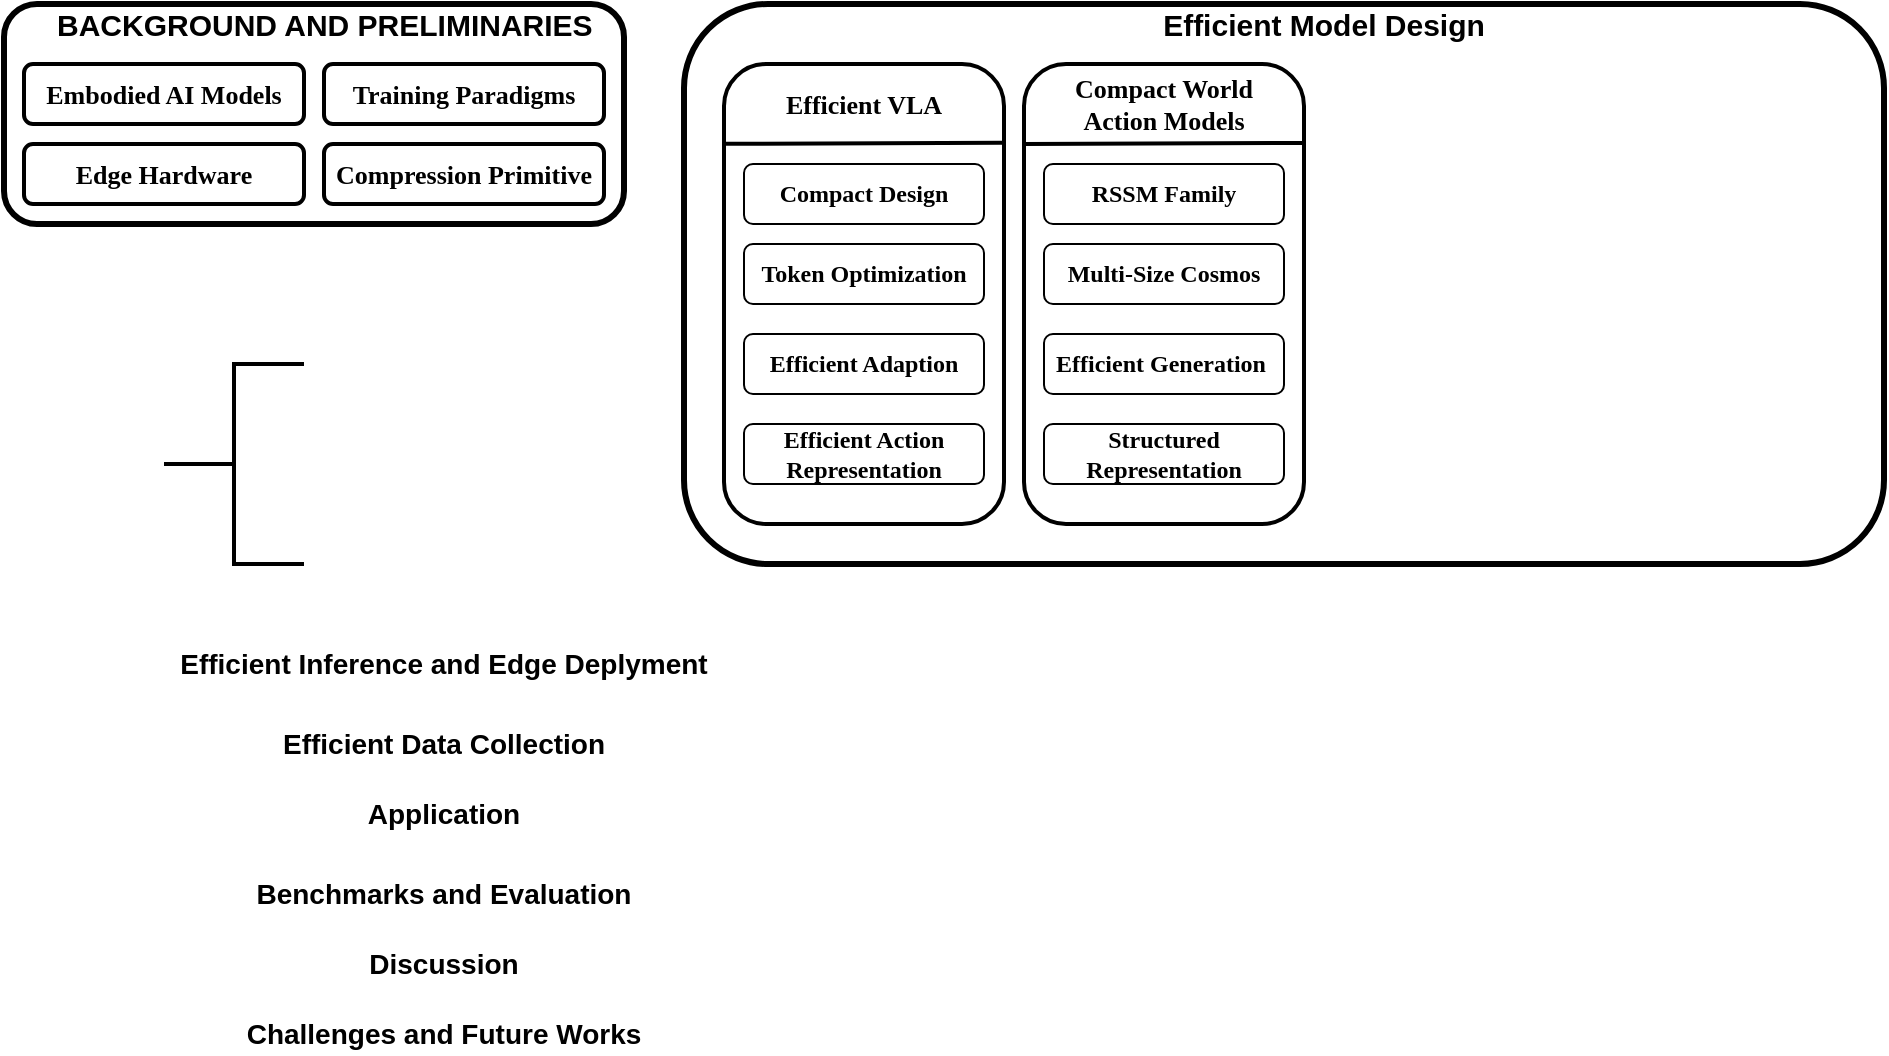
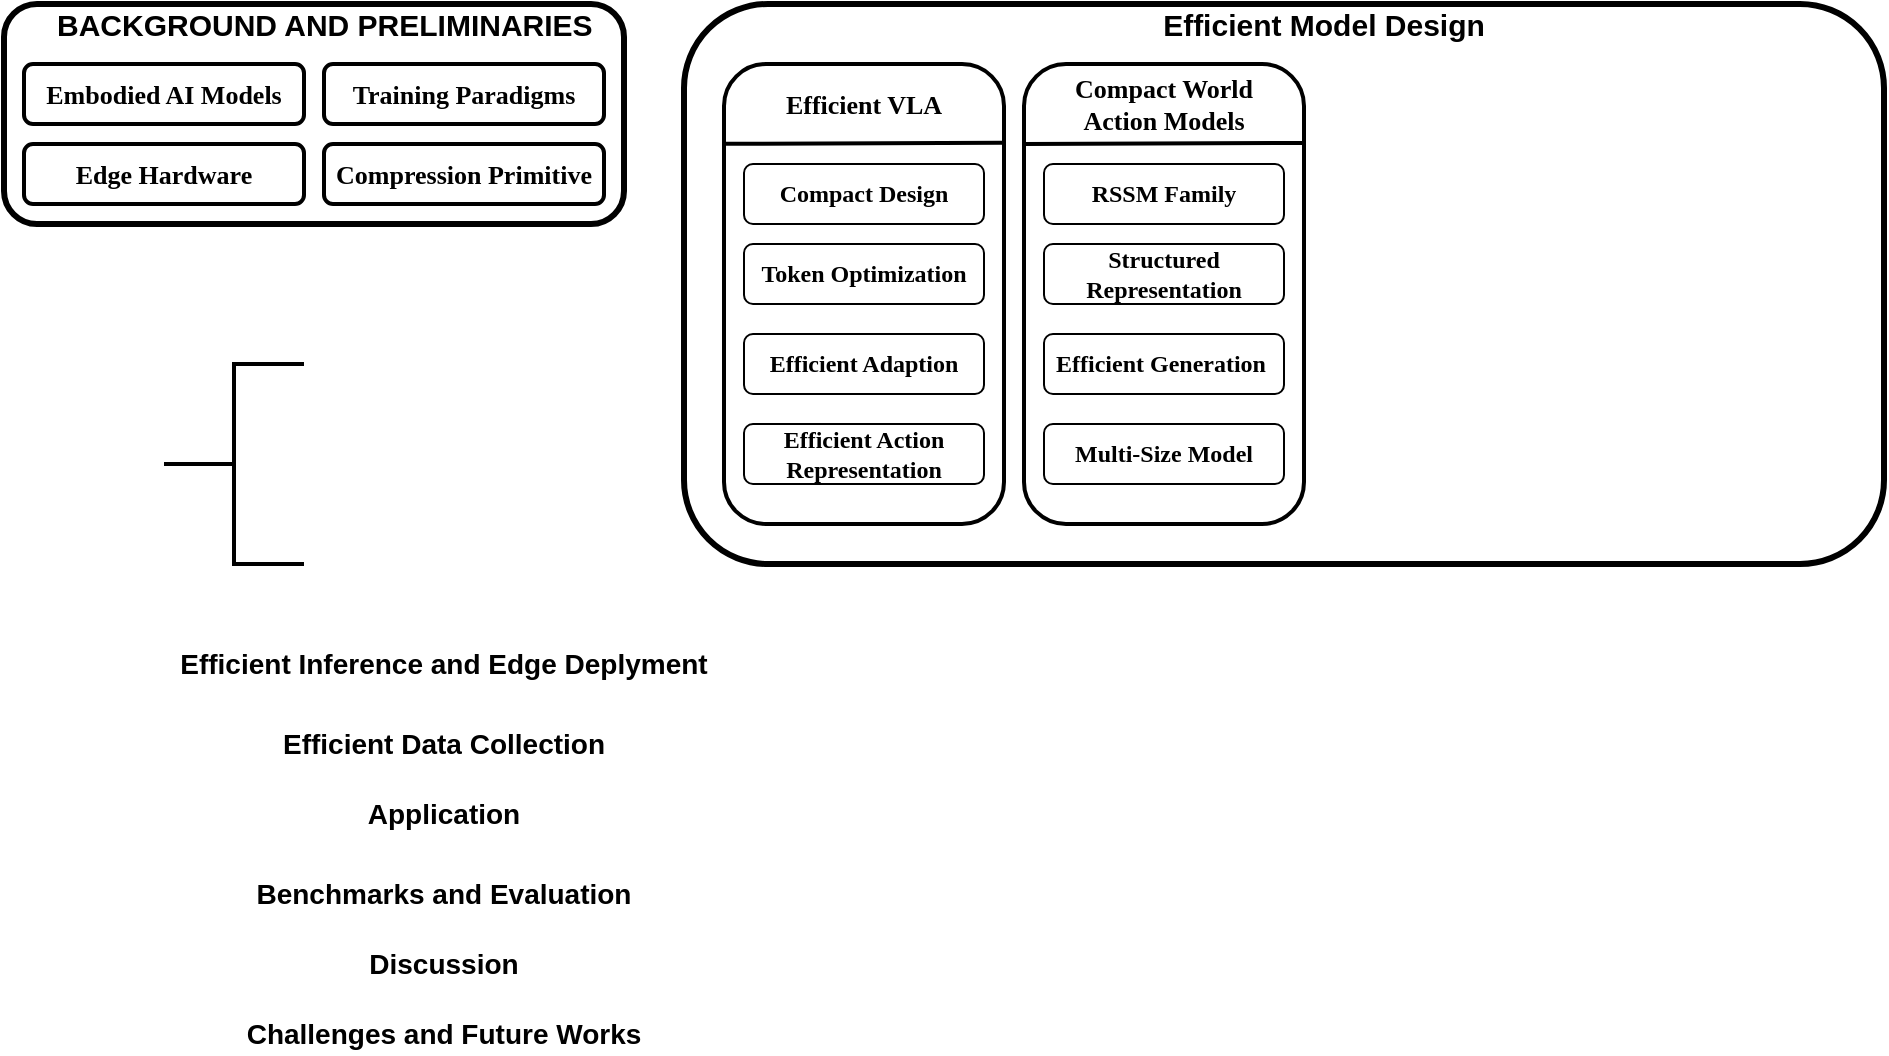
<mxfile host="app.diagrams.net">
  <diagram name="第 1 页" id="xv9Lnx2gyYwYQaEzt8dN">
    <mxGraphModel dx="1063" dy="543" grid="1" gridSize="10" guides="1" tooltips="1" connect="1" arrows="1" fold="1" page="1" pageScale="1" pageWidth="827" pageHeight="1169" math="0" shadow="0">
      <root>
        <mxCell id="0" />
        <mxCell id="1" parent="0" />
        <mxCell id="mN9CjeCU7Y2PogCVv73L-1" parent="1" style="rounded=1;whiteSpace=wrap;html=1;strokeWidth=3;" value="" vertex="1">
          <mxGeometry height="110" width="310" x="70" y="60" as="geometry" />
        </mxCell>
        <mxCell id="mN9CjeCU7Y2PogCVv73L-6" parent="1" style="rounded=1;whiteSpace=wrap;html=1;strokeWidth=2;" value="&lt;font style=&quot;font-size: 13px;&quot; face=&quot;Comic Sans MS&quot;&gt;&lt;b style=&quot;&quot;&gt;Training Paradigms&lt;/b&gt;&lt;/font&gt;" vertex="1">
          <mxGeometry height="30" width="140" x="230" y="90" as="geometry" />
        </mxCell>
        <mxCell id="mN9CjeCU7Y2PogCVv73L-5" parent="1" style="rounded=1;whiteSpace=wrap;html=1;strokeWidth=2;" value="&lt;font style=&quot;font-size: 13px;&quot; face=&quot;Comic Sans MS&quot;&gt;&lt;b style=&quot;&quot;&gt;Edge Hardware&lt;/b&gt;&lt;/font&gt;" vertex="1">
          <mxGeometry height="30" width="140" x="80" y="130" as="geometry" />
        </mxCell>
        <mxCell id="mN9CjeCU7Y2PogCVv73L-8" parent="1" style="rounded=1;whiteSpace=wrap;html=1;strokeWidth=2;" value="&lt;font style=&quot;font-size: 13px;&quot; face=&quot;Comic Sans MS&quot;&gt;&lt;b style=&quot;&quot;&gt;Compression Primitive&lt;/b&gt;&lt;/font&gt;" vertex="1">
          <mxGeometry height="30" width="140" x="230" y="130" as="geometry" />
        </mxCell>
        <mxCell id="mN9CjeCU7Y2PogCVv73L-4" parent="1" style="rounded=1;whiteSpace=wrap;html=1;strokeWidth=2;" value="&lt;font style=&quot;font-size: 13px;&quot; face=&quot;Comic Sans MS&quot;&gt;&lt;b style=&quot;&quot;&gt;Embodied AI Models&lt;/b&gt;&lt;/font&gt;" vertex="1">
          <mxGeometry height="30" width="140" x="80" y="90" as="geometry" />
        </mxCell>
        <mxCell id="mN9CjeCU7Y2PogCVv73L-2" parent="1" style="text;html=1;whiteSpace=wrap;strokeColor=none;fillColor=none;align=center;verticalAlign=middle;rounded=0;" value="&lt;font face=&quot;Helvetica&quot; style=&quot;font-size: 15px;&quot;&gt;&lt;b style=&quot;&quot;&gt;BACKGROUND AND PRELIMINARIES&amp;nbsp;&lt;/b&gt;&lt;/font&gt;" vertex="1">
          <mxGeometry height="20" width="275" x="95" y="60" as="geometry" />
        </mxCell>
        <mxCell id="mN9CjeCU7Y2PogCVv73L-9" parent="1" style="rounded=1;whiteSpace=wrap;html=1;strokeWidth=3;" value="" vertex="1">
          <mxGeometry height="280" width="600" x="410" y="60" as="geometry" />
        </mxCell>
        <mxCell id="mN9CjeCU7Y2PogCVv73L-10" parent="1" style="text;html=1;whiteSpace=wrap;strokeColor=none;fillColor=none;align=center;verticalAlign=middle;rounded=0;" value="&lt;font face=&quot;Helvetica&quot; style=&quot;font-size: 15px;&quot;&gt;&lt;b style=&quot;&quot;&gt;Efficient Model Design&lt;/b&gt;&lt;/font&gt;" vertex="1">
          <mxGeometry height="20" width="200" x="630" y="60" as="geometry" />
        </mxCell>
        <mxCell id="mN9CjeCU7Y2PogCVv73L-11" parent="1" style="text;html=1;whiteSpace=wrap;strokeColor=none;fillColor=none;align=center;verticalAlign=middle;rounded=0;" value="&lt;font face=&quot;Helvetica&quot; style=&quot;font-size: 14px;&quot;&gt;&lt;b style=&quot;&quot;&gt;Efficient Inference and Edge Deplyment&lt;/b&gt;&lt;/font&gt;" vertex="1">
          <mxGeometry height="20" width="300" x="140" y="380" as="geometry" />
        </mxCell>
        <mxCell id="mN9CjeCU7Y2PogCVv73L-12" parent="1" style="text;html=1;whiteSpace=wrap;strokeColor=none;fillColor=none;align=center;verticalAlign=middle;rounded=0;" value="&lt;font face=&quot;Helvetica&quot; style=&quot;font-size: 14px;&quot;&gt;&lt;b style=&quot;&quot;&gt;Efficient Data Collection&lt;/b&gt;&lt;/font&gt;" vertex="1">
          <mxGeometry height="20" width="260" x="160" y="420" as="geometry" />
        </mxCell>
        <mxCell id="mN9CjeCU7Y2PogCVv73L-14" parent="1" style="text;html=1;whiteSpace=wrap;strokeColor=none;fillColor=none;align=center;verticalAlign=middle;rounded=0;" value="&lt;font face=&quot;Helvetica&quot; style=&quot;font-size: 14px;&quot;&gt;&lt;b style=&quot;&quot;&gt;Application&lt;/b&gt;&lt;/font&gt;" vertex="1">
          <mxGeometry height="20" width="260" x="160" y="455" as="geometry" />
        </mxCell>
        <mxCell id="mN9CjeCU7Y2PogCVv73L-15" parent="1" style="text;html=1;whiteSpace=wrap;strokeColor=none;fillColor=none;align=center;verticalAlign=middle;rounded=0;" value="&lt;font face=&quot;Helvetica&quot; style=&quot;font-size: 14px;&quot;&gt;&lt;b style=&quot;&quot;&gt;Benchmarks and Evaluation&lt;/b&gt;&lt;/font&gt;" vertex="1">
          <mxGeometry height="20" width="260" x="160" y="495" as="geometry" />
        </mxCell>
        <mxCell id="mN9CjeCU7Y2PogCVv73L-16" parent="1" style="text;html=1;whiteSpace=wrap;strokeColor=none;fillColor=none;align=center;verticalAlign=middle;rounded=0;" value="&lt;font face=&quot;Helvetica&quot; style=&quot;font-size: 14px;&quot;&gt;&lt;b style=&quot;&quot;&gt;Challenges and Future Works&lt;/b&gt;&lt;/font&gt;" vertex="1">
          <mxGeometry height="20" width="260" x="160" y="565" as="geometry" />
        </mxCell>
        <mxCell id="mN9CjeCU7Y2PogCVv73L-17" parent="1" style="text;html=1;whiteSpace=wrap;strokeColor=none;fillColor=none;align=center;verticalAlign=middle;rounded=0;" value="&lt;font face=&quot;Helvetica&quot; style=&quot;font-size: 14px;&quot;&gt;&lt;b style=&quot;&quot;&gt;Discussion&lt;/b&gt;&lt;/font&gt;" vertex="1">
          <mxGeometry height="20" width="260" x="160" y="530" as="geometry" />
        </mxCell>
        <mxCell id="mN9CjeCU7Y2PogCVv73L-18" parent="1" style="strokeWidth=2;html=1;shape=mxgraph.flowchart.annotation_2;align=left;labelPosition=right;pointerEvents=1;" value="" vertex="1">
          <mxGeometry height="100" width="70" x="150" y="240" as="geometry" />
        </mxCell>
        <mxCell id="mN9CjeCU7Y2PogCVv73L-19" parent="1" style="rounded=1;whiteSpace=wrap;html=1;strokeWidth=2;" value="" vertex="1">
          <mxGeometry height="230" width="140" x="430" y="90" as="geometry" />
        </mxCell>
        <mxCell id="mN9CjeCU7Y2PogCVv73L-20" parent="1" style="text;html=1;whiteSpace=wrap;strokeColor=none;fillColor=none;align=center;verticalAlign=middle;rounded=0;" value="&lt;b style=&quot;font-size: 13px;&quot;&gt;&lt;font face=&quot;Comic Sans MS&quot;&gt;Efficient VLA&lt;/font&gt;&lt;/b&gt;" vertex="1">
          <mxGeometry height="20" width="120" x="440" y="100" as="geometry" />
        </mxCell>
        <mxCell id="mN9CjeCU7Y2PogCVv73L-21" edge="1" parent="1" style="endArrow=none;html=1;rounded=0;entryX=0.996;entryY=0.065;entryDx=0;entryDy=0;entryPerimeter=0;strokeWidth=2;" value="">
          <mxGeometry height="50" relative="1" width="50" as="geometry">
            <mxPoint x="430" y="129.93" as="sourcePoint" />
            <mxPoint x="569.44" y="129.43" as="targetPoint" />
          </mxGeometry>
        </mxCell>
        <mxCell id="mN9CjeCU7Y2PogCVv73L-22" parent="1" style="rounded=1;whiteSpace=wrap;html=1;" value="&lt;b&gt;&lt;font face=&quot;Comic Sans MS&quot;&gt;Compact Design&lt;/font&gt;&lt;/b&gt;" vertex="1">
          <mxGeometry height="30" width="120" x="440" y="140" as="geometry" />
        </mxCell>
        <mxCell id="mN9CjeCU7Y2PogCVv73L-23" parent="1" style="rounded=1;whiteSpace=wrap;html=1;" value="&lt;b&gt;&lt;font face=&quot;Comic Sans MS&quot;&gt;Efficient Adaption&lt;/font&gt;&lt;/b&gt;" vertex="1">
          <mxGeometry height="30" width="120" x="440" y="225" as="geometry" />
        </mxCell>
        <mxCell id="mN9CjeCU7Y2PogCVv73L-24" parent="1" style="rounded=1;whiteSpace=wrap;html=1;" value="&lt;font face=&quot;Comic Sans MS&quot;&gt;&lt;b&gt;Efficient Action Representation&lt;/b&gt;&lt;/font&gt;" vertex="1">
          <mxGeometry height="30" width="120" x="440" y="270" as="geometry" />
        </mxCell>
        <mxCell id="mN9CjeCU7Y2PogCVv73L-26" parent="1" style="rounded=1;whiteSpace=wrap;html=1;" value="&lt;b&gt;&lt;font face=&quot;Comic Sans MS&quot;&gt;Token Optimization&lt;/font&gt;&lt;/b&gt;" vertex="1">
          <mxGeometry height="30" width="120" x="440" y="180" as="geometry" />
        </mxCell>
        <mxCell id="mN9CjeCU7Y2PogCVv73L-27" parent="1" style="rounded=1;whiteSpace=wrap;html=1;strokeWidth=2;" value="" vertex="1">
          <mxGeometry height="230" width="140" x="580" y="90" as="geometry" />
        </mxCell>
        <mxCell id="mN9CjeCU7Y2PogCVv73L-28" parent="1" style="text;html=1;whiteSpace=wrap;strokeColor=none;fillColor=none;align=center;verticalAlign=middle;rounded=0;" value="&lt;b style=&quot;font-size: 13px;&quot;&gt;&lt;font face=&quot;Comic Sans MS&quot;&gt;Compact World Action Models&lt;/font&gt;&lt;/b&gt;" vertex="1">
          <mxGeometry height="20" width="120" x="590" y="100" as="geometry" />
        </mxCell>
        <mxCell id="mN9CjeCU7Y2PogCVv73L-29" edge="1" parent="1" style="endArrow=none;html=1;rounded=0;entryX=0.996;entryY=0.065;entryDx=0;entryDy=0;entryPerimeter=0;strokeWidth=2;" value="">
          <mxGeometry height="50" relative="1" width="50" as="geometry">
            <mxPoint x="580.56" y="130" as="sourcePoint" />
            <mxPoint x="720" y="129.5" as="targetPoint" />
          </mxGeometry>
        </mxCell>
        <mxCell id="mN9CjeCU7Y2PogCVv73L-30" parent="1" style="rounded=1;whiteSpace=wrap;html=1;" value="&lt;b&gt;&lt;font face=&quot;Comic Sans MS&quot;&gt;RSSM Family&lt;/font&gt;&lt;/b&gt;" vertex="1">
          <mxGeometry height="30" width="120" x="590" y="140" as="geometry" />
        </mxCell>
-         <mxCell id="mN9CjeCU7Y2PogCVv73L-31" parent="1" style="rounded=1;whiteSpace=wrap;html=1;" value="&lt;b&gt;&lt;font face=&quot;Comic Sans MS&quot;&gt;Multi-Size Cosmos&lt;/font&gt;&lt;/b&gt;" vertex="1">
-           <mxGeometry height="30" width="120" x="590" y="180" as="geometry" />
+         <mxCell id="mN9CjeCU7Y2PogCVv73L-31" parent="1" style="rounded=1;whiteSpace=wrap;html=1;" value="&lt;b&gt;&lt;font face=&quot;Comic Sans MS&quot;&gt;Multi-Size Model&lt;/font&gt;&lt;/b&gt;" vertex="1">
+           <mxGeometry height="30" width="120" x="590" y="270" as="geometry" />
        </mxCell>
        <mxCell id="mN9CjeCU7Y2PogCVv73L-32" parent="1" style="rounded=1;whiteSpace=wrap;html=1;" value="&lt;font face=&quot;Comic Sans MS&quot;&gt;&lt;b&gt;Efficient Generation&amp;nbsp;&lt;/b&gt;&lt;/font&gt;" vertex="1">
          <mxGeometry height="30" width="120" x="590" y="225" as="geometry" />
        </mxCell>
        <mxCell id="mN9CjeCU7Y2PogCVv73L-33" parent="1" style="rounded=1;whiteSpace=wrap;html=1;" value="&lt;b&gt;&lt;font face=&quot;Comic Sans MS&quot;&gt;Structured Representation&lt;/font&gt;&lt;/b&gt;" vertex="1">
-           <mxGeometry height="30" width="120" x="590" y="270" as="geometry" />
+           <mxGeometry height="30" width="120" x="590" y="180" as="geometry" />
        </mxCell>
      </root>
    </mxGraphModel>
  </diagram>
</mxfile>
